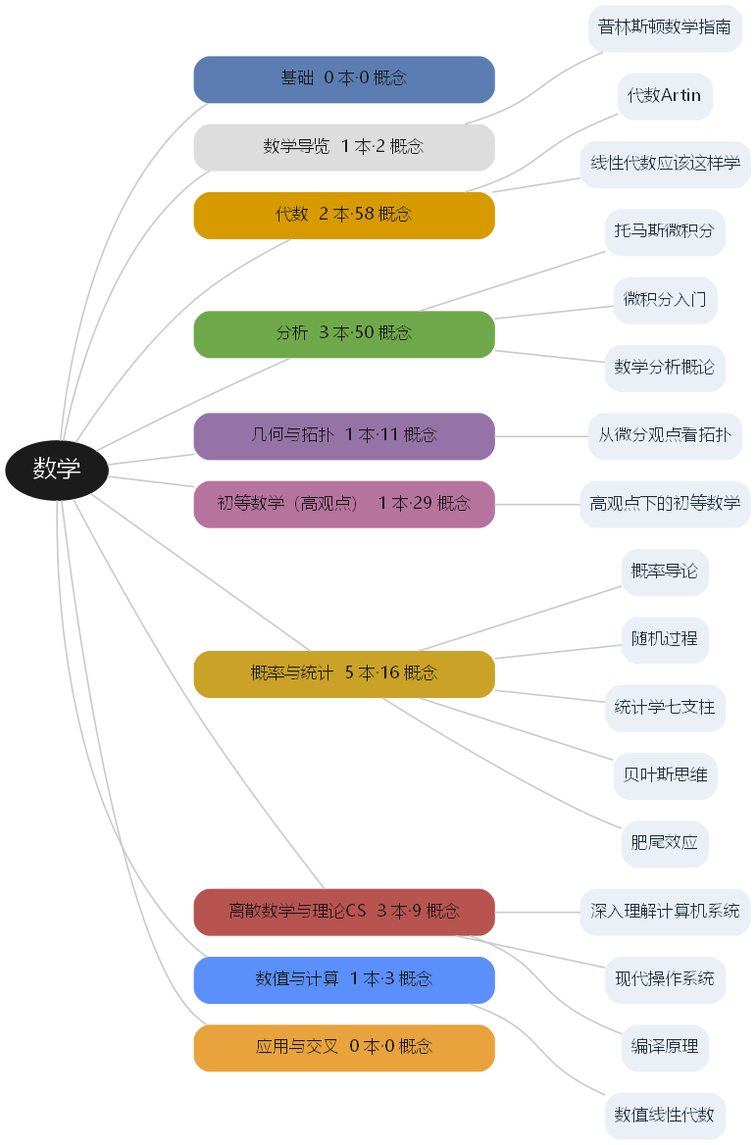
The Graphviz diagram book/figures/fig-branches.png in lyp0746/lyp-notes, before a commit. Its source is kept beside it as book/figures/fig-branches.dot.
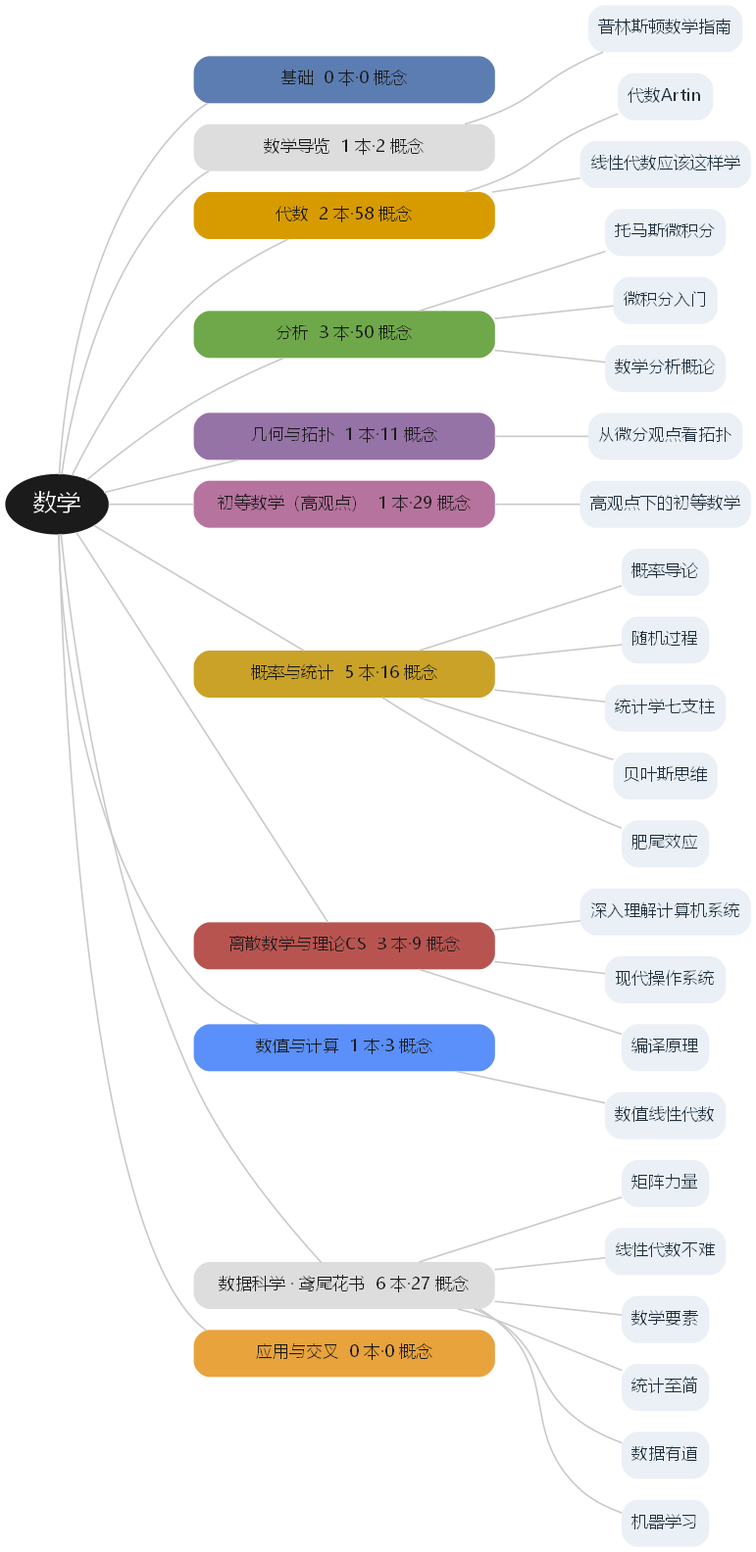
The same file after the commit.

The edit, as a diff of the source:
```diff
@@ -21,6 +21,8 @@
   MATH -> b_disc;
   b_num [label="数值与计算  1 本·3 概念", fillcolor="#5B8FF9", fontcolor="#1B1B1B", width=3.2];
   MATH -> b_num;
+  b_iris [label="数据科学 · 鸢尾花书  6 本·27 概念", fillcolor="#DDDDDD", fontcolor="#1B1B1B", width=3.2];
+  MATH -> b_iris;
   b_app [label="应用与交叉  0 本·0 概念", fillcolor="#E8A33D", fontcolor="#1B1B1B", width=3.2];
   MATH -> b_app;
   bk_PCM [label="普林斯顿数学指南", fillcolor="#EAF0F6", fontcolor="#20303F"];
@@ -57,4 +59,16 @@
   b_disc -> bk_CP;
   bk_NLA [label="数值线性代数", fillcolor="#EAF0F6", fontcolor="#20303F"];
   b_num -> bk_NLA;
+  bk_MX [label="矩阵力量", fillcolor="#EAF0F6", fontcolor="#20303F"];
+  b_iris -> bk_MX;
+  bk_LNA [label="线性代数不难", fillcolor="#EAF0F6", fontcolor="#20303F"];
+  b_iris -> bk_LNA;
+  bk_SJ [label="数学要素", fillcolor="#EAF0F6", fontcolor="#20303F"];
+  b_iris -> bk_SJ;
+  bk_TZ [label="统计至简", fillcolor="#EAF0F6", fontcolor="#20303F"];
+  b_iris -> bk_TZ;
+  bk_DY [label="数据有道", fillcolor="#EAF0F6", fontcolor="#20303F"];
+  b_iris -> bk_DY;
+  bk_MLI [label="机器学习", fillcolor="#EAF0F6", fontcolor="#20303F"];
+  b_iris -> bk_MLI;
 }
```
